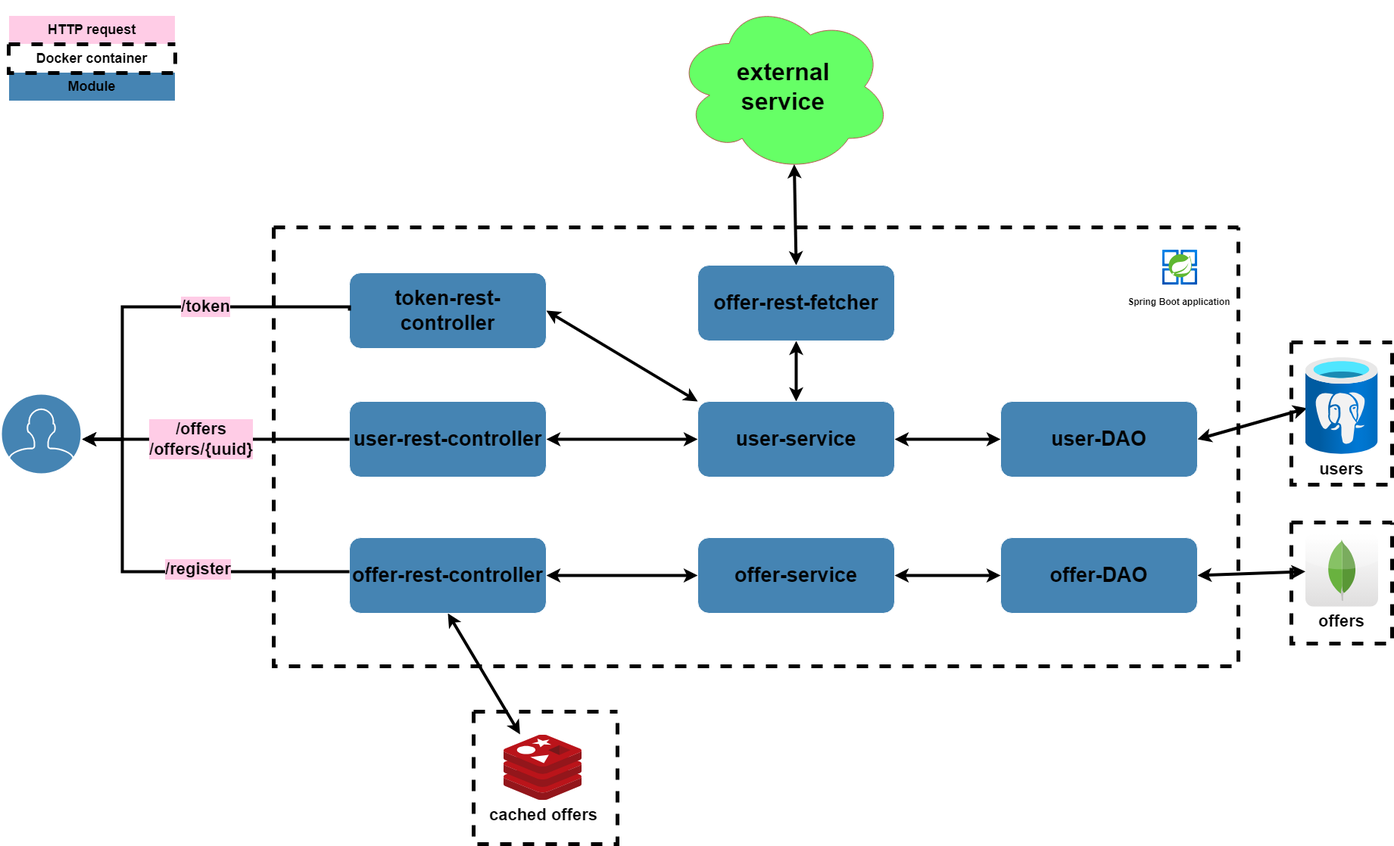
Above: diagram.png in michal-luczak/JobOffers-SpringBootApplication (draw.io), before the change. Source tidied: cells renumbered, new cells last; positions are measured from the earlier drawing's top-left corner, leaving out a move shared by most shapes. The source it was exported from:
```xml
<mxGraphModel background="#FFFFFF">
  <root>
    <mxCell id="0" />
    <mxCell id="1" parent="0" />
    <mxCell id="2" value="cached offers" style="image;sketch=0;html=1;points=[];align=center;fontSize=22;image=img/lib/mscae/Cache_Redis_Product.svg;strokeColor=#FFFFFF;fontColor=#000000;fillColor=#182E3E;labelBackgroundColor=#FFFFFF;fontStyle=1;" parent="1" vertex="1">
      <mxGeometry x="664" y="970.8" width="103" height="86.5" as="geometry" />
    </mxCell>
    <mxCell id="3" value="&lt;span style=&quot;font-size: 22px; background-color: rgb(255, 255, 255);&quot;&gt;&lt;font color=&quot;#000000&quot;&gt;offers&lt;/font&gt;&lt;/span&gt;" style="dashed=0;outlineConnect=0;html=1;align=center;labelPosition=center;verticalLabelPosition=bottom;verticalAlign=top;shape=mxgraph.webicons.mongodb;gradientColor=#DFDEDE;strokeColor=#FFFFFF;fontColor=#FFFFFF;fontSize=22;fontStyle=1;" parent="1" vertex="1">
      <mxGeometry x="1722.5" y="705" width="96" height="96" as="geometry" />
    </mxCell>
    <mxCell id="4" style="endArrow=classic;startArrow=classic;html=1;rounded=0;strokeColor=#000000;exitX=1;exitY=0.5;exitDx=0;exitDy=0;fontSize=22;fontColor=#000000;labelBackgroundColor=#000000;strokeWidth=4;fontStyle=1;" parent="1" edge="1" source="22" target="3">
      <mxGeometry relative="1" as="geometry" />
    </mxCell>
    <mxCell id="5" style="endArrow=classic;startArrow=classic;html=1;rounded=0;strokeColor=#000000;exitX=1;exitY=0.5;exitDx=0;exitDy=0;entryX=0.023;entryY=0.523;entryDx=0;entryDy=0;entryPerimeter=0;fontSize=22;fontColor=#000000;labelBackgroundColor=#000000;strokeWidth=4;fontStyle=1;" parent="1" edge="1" source="26" target="29">
      <mxGeometry relative="1" as="geometry" />
    </mxCell>
    <mxCell id="6" style="endArrow=classic;startArrow=classic;html=1;rounded=0;strokeColor=#000000;entryX=0.207;entryY=-0.009;entryDx=0;entryDy=0;entryPerimeter=0;fontSize=22;exitX=0.5;exitY=1;exitDx=0;exitDy=0;fontColor=#000000;labelBackgroundColor=#000000;strokeWidth=4;fontStyle=1;" parent="1" edge="1" source="20" target="2">
      <mxGeometry relative="1" as="geometry" />
    </mxCell>
    <mxCell id="7" style="html=1;verticalLabelPosition=bottom;align=center;labelBackgroundColor=#ffffff;verticalAlign=top;strokeWidth=2;strokeColor=#FFFFFF;shadow=0;dashed=0;shape=mxgraph.ios7.icons.user;fontColor=#000000;fillColor=#4584B3;fontSize=22;fontStyle=1;" parent="1" vertex="1">
      <mxGeometry y="520" width="106" height="106" as="geometry" />
    </mxCell>
    <mxCell id="8" value="&lt;font style=&quot;font-size: 32px;&quot;&gt;external&lt;br style=&quot;font-size: 32px;&quot;&gt;service&lt;/font&gt;" style="ellipse;shape=cloud;whiteSpace=wrap;html=1;strokeColor=#b85450;fillColor=#66FF66;fontSize=32;fontColor=#000000;fontStyle=1;" parent="1" vertex="1">
      <mxGeometry x="890" width="286.2" height="228" as="geometry" />
    </mxCell>
    <mxCell id="9" style="endArrow=classic;startArrow=classic;html=1;rounded=0;strokeColor=#000000;exitX=0.5;exitY=0;exitDx=0;exitDy=0;entryX=0.55;entryY=0.95;entryDx=0;entryDy=0;entryPerimeter=0;fontSize=22;fontColor=#000000;fontStyle=1;strokeWidth=4;" parent="1" edge="1" source="24" target="8">
      <mxGeometry relative="1" as="geometry" />
    </mxCell>
    <mxCell id="10" value="HTTP request" style="rounded=0;whiteSpace=wrap;html=1;strokeColor=#FFFFFF;fontColor=#000000;fillColor=#FFCCE6;fontSize=18;fontStyle=1;" parent="1" vertex="1">
      <mxGeometry x="10" y="20" width="220" height="38" as="geometry" />
    </mxCell>
    <mxCell id="11" style="swimlane;startSize=0;strokeColor=#000000;fontColor=#000000;fillColor=#000000;dashed=1;strokeWidth=5;fontSize=22;fontStyle=1;" parent="1" vertex="1">
      <mxGeometry x="360" y="300" width="1274" height="580" as="geometry" />
    </mxCell>
    <mxCell id="12" value="&lt;font style=&quot;font-size: 12px;&quot;&gt;Spring Boot application&amp;nbsp;&lt;/font&gt;" style="image;html=1;align=center;fontSize=22;image=img/lib/azure2/compute/Azure_Spring_Cloud.svg;strokeColor=#FFFFFF;fontColor=#000000;fillColor=#182E3E;fontStyle=1;" parent="11" vertex="1">
      <mxGeometry x="1173.8" y="30" width="46.2" height="46.2" as="geometry" />
    </mxCell>
    <mxCell id="13" style="endArrow=classic;startArrow=classic;html=1;rounded=0;strokeColor=#000000;exitX=1;exitY=0.5;exitDx=0;exitDy=0;fontSize=22;entryX=0;entryY=0.5;entryDx=0;entryDy=0;fontColor=#000000;labelBackgroundColor=#000000;strokeWidth=4;fontStyle=1;" parent="11" edge="1" source="20" target="21">
      <mxGeometry relative="1" as="geometry" />
    </mxCell>
    <mxCell id="14" value="token-rest-controller" style="rounded=1;whiteSpace=wrap;html=1;labelBackgroundColor=none;fillColor=#4584B3;strokeColor=#FFFFFF;fontColor=#000000;fontSize=27;fontStyle=1;" parent="11" vertex="1">
      <mxGeometry x="100" y="60" width="260" height="100" as="geometry" />
    </mxCell>
    <mxCell id="15" style="endArrow=classic;startArrow=classic;html=1;rounded=0;strokeColor=#000000;exitX=1;exitY=0.5;exitDx=0;exitDy=0;entryX=0;entryY=0.5;entryDx=0;entryDy=0;fontSize=22;fontColor=#000000;labelBackgroundColor=#000000;strokeWidth=4;fontStyle=1;" parent="11" edge="1" source="19" target="25">
      <mxGeometry relative="1" as="geometry" />
    </mxCell>
    <mxCell id="16" style="endArrow=classic;startArrow=classic;html=1;rounded=0;strokeColor=#000000;exitX=0.5;exitY=1;exitDx=0;exitDy=0;entryX=0.5;entryY=0;entryDx=0;entryDy=0;fontSize=22;fontColor=#000000;labelBackgroundColor=#000000;strokeWidth=4;fontStyle=1;" parent="11" edge="1" source="24" target="25">
      <mxGeometry relative="1" as="geometry" />
    </mxCell>
    <mxCell id="17" style="endArrow=classic;startArrow=classic;html=1;rounded=0;strokeColor=#000000;exitX=0;exitY=0.5;exitDx=0;exitDy=0;entryX=1;entryY=0.5;entryDx=0;entryDy=0;fontSize=22;fontColor=#000000;labelBackgroundColor=#000000;strokeWidth=4;fontStyle=1;" parent="11" edge="1" source="26" target="25">
      <mxGeometry relative="1" as="geometry" />
    </mxCell>
    <mxCell id="18" style="endArrow=classic;startArrow=classic;html=1;rounded=0;strokeColor=#000000;exitX=1;exitY=0.5;exitDx=0;exitDy=0;entryX=0;entryY=0;entryDx=0;entryDy=0;fontSize=22;fontColor=#000000;labelBackgroundColor=#000000;strokeWidth=4;fontStyle=1;" parent="11" edge="1" source="14" target="25">
      <mxGeometry relative="1" as="geometry" />
    </mxCell>
    <mxCell id="19" value="user-rest-controller" style="rounded=1;whiteSpace=wrap;html=1;labelBackgroundColor=none;fillColor=#4584B3;strokeColor=#FFFFFF;fontColor=#000000;fontSize=27;fontStyle=1;" parent="11" vertex="1">
      <mxGeometry x="100" y="230" width="260" height="100" as="geometry" />
    </mxCell>
    <mxCell id="20" value="offer-rest-controller" style="rounded=1;whiteSpace=wrap;html=1;labelBackgroundColor=none;fillColor=#4584B3;strokeColor=#FFFFFF;fontColor=#000000;fontSize=27;fontStyle=1;" parent="11" vertex="1">
      <mxGeometry x="100" y="410" width="260" height="100" as="geometry" />
    </mxCell>
    <mxCell id="21" value="offer-service" style="rounded=1;whiteSpace=wrap;html=1;labelBackgroundColor=none;fillColor=#4584B3;strokeColor=#FFFFFF;fontColor=#000000;fontSize=27;fontStyle=1;" parent="11" vertex="1">
      <mxGeometry x="560" y="410" width="260" height="100" as="geometry" />
    </mxCell>
    <mxCell id="22" value="offer-DAO" style="rounded=1;whiteSpace=wrap;html=1;labelBackgroundColor=none;fillColor=#4584B3;strokeColor=#FFFFFF;fontColor=#000000;fontSize=27;fontStyle=1;" parent="11" vertex="1">
      <mxGeometry x="960" y="410" width="260" height="100" as="geometry" />
    </mxCell>
    <mxCell id="23" style="endArrow=classic;startArrow=classic;html=1;rounded=0;strokeColor=#000000;exitX=0;exitY=0.5;exitDx=0;exitDy=0;entryX=1;entryY=0.5;entryDx=0;entryDy=0;fontSize=22;fontColor=#000000;labelBackgroundColor=#000000;strokeWidth=4;fontStyle=1;" parent="11" edge="1" source="22" target="21">
      <mxGeometry relative="1" as="geometry" />
    </mxCell>
    <mxCell id="24" value="offer-rest-fetcher" style="rounded=1;whiteSpace=wrap;html=1;labelBackgroundColor=none;fillColor=#4584B3;strokeColor=#FFFFFF;fontColor=#000000;fontSize=27;fontStyle=1;" parent="11" vertex="1">
      <mxGeometry x="560" y="50" width="260" height="100" as="geometry" />
    </mxCell>
    <mxCell id="25" value="user-service" style="rounded=1;whiteSpace=wrap;html=1;labelBackgroundColor=none;fillColor=#4584B3;strokeColor=#FFFFFF;fontColor=#000000;fontSize=27;fontStyle=1;" parent="11" vertex="1">
      <mxGeometry x="560" y="230" width="260" height="100" as="geometry" />
    </mxCell>
    <mxCell id="26" value="user-DAO" style="rounded=1;whiteSpace=wrap;html=1;labelBackgroundColor=none;fillColor=#4584B3;strokeColor=#FFFFFF;fontColor=#000000;fontSize=27;fontStyle=1;" parent="11" vertex="1">
      <mxGeometry x="960" y="230" width="260" height="100" as="geometry" />
    </mxCell>
    <mxCell id="27" value="Docker container" style="rounded=0;whiteSpace=wrap;html=1;strokeColor=#000000;fontColor=#000000;fillColor=#000000;opacity=0;fontSize=18;fontStyle=1;" parent="1" vertex="1">
      <mxGeometry x="10" y="58" width="220" height="38" as="geometry" />
    </mxCell>
    <mxCell id="28" style="swimlane;startSize=0;strokeColor=#000000;fontColor=#000000;fillColor=#182E3E;dashed=1;strokeWidth=5;fontSize=22;fontStyle=1;" parent="1" vertex="1">
      <mxGeometry x="1704" y="452" width="133" height="188" as="geometry" />
    </mxCell>
    <mxCell id="29" value="users" style="image;html=1;points=[];align=center;fontSize=22;image=img/lib/azure2/databases/Azure_Database_PostgreSQL_Server.svg;strokeColor=#FFFFFF;fontColor=#000000;fillColor=#182E3E;labelBackgroundColor=#FFFFFF;fontStyle=1;" parent="28" vertex="1">
      <mxGeometry x="18.5" y="20" width="96" height="128" as="geometry" />
    </mxCell>
    <mxCell id="30" style="swimlane;startSize=0;strokeColor=#000000;fontColor=#000000;fillColor=#182E3E;dashed=1;strokeWidth=5;fontSize=22;fontStyle=1;" parent="1" vertex="1">
      <mxGeometry x="1704" y="690" width="133" height="160" as="geometry" />
    </mxCell>
    <mxCell id="31" style="swimlane;startSize=0;strokeColor=#000000;fontColor=#000000;fillColor=#182E3E;dashed=1;strokeWidth=5;fontSize=22;fontStyle=1;" parent="1" vertex="1">
      <mxGeometry x="624" y="940" width="190" height="175" as="geometry" />
    </mxCell>
    <mxCell id="32" style="edgeStyle=orthogonalEdgeStyle;rounded=0;jettySize=auto;html=1;exitX=0;exitY=0.5;exitDx=0;exitDy=0;entryX=1.01;entryY=0.565;entryDx=0;entryDy=0;entryPerimeter=0;fontSize=12;strokeWidth=4;strokeColor=#000000;fontColor=#000000;labelBackgroundColor=#000000;fontStyle=1;" parent="1" edge="1" source="14" target="7">
      <mxGeometry relative="1" as="geometry">
        <Array as="points">
          <mxPoint x="160" y="405" />
          <mxPoint x="160" y="580" />
        </Array>
      </mxGeometry>
    </mxCell>
    <mxCell id="33" value="/token" style="edgeLabel;html=1;align=center;verticalAlign=middle;labelBackgroundColor=#FFCCE6;fontColor=#000000;fontSize=22;fontStyle=1;" parent="32" vertex="1">
      <mxGeometry x="-0.33" y="-2" relative="1" as="geometry">
        <mxPoint x="-17" y="2" as="offset" />
      </mxGeometry>
    </mxCell>
    <mxCell id="34" style="edgeStyle=orthogonalEdgeStyle;rounded=0;jettySize=auto;html=1;strokeColor=#000000;strokeWidth=4;entryX=1.009;entryY=0.566;entryDx=0;entryDy=0;entryPerimeter=0;fontColor=#000000;labelBackgroundColor=#000000;fontStyle=1;" parent="1" edge="1" source="20" target="7">
      <mxGeometry relative="1" as="geometry">
        <Array as="points">
          <mxPoint x="160" y="755" />
          <mxPoint x="160" y="580" />
        </Array>
      </mxGeometry>
    </mxCell>
    <mxCell id="35" value="/register" style="edgeLabel;html=1;align=center;verticalAlign=middle;labelBackgroundColor=#FFCCE6;fontColor=#000000;fontSize=22;fontStyle=1;" parent="34" vertex="1">
      <mxGeometry x="-0.24" y="-3" relative="1" as="geometry" />
    </mxCell>
    <mxCell id="36" style="edgeStyle=orthogonalEdgeStyle;rounded=0;jettySize=auto;html=1;exitX=0;exitY=0.5;exitDx=0;exitDy=0;strokeColor=#000000;strokeWidth=4;fontColor=#000000;labelBackgroundColor=#000000;fontStyle=1;" parent="1" edge="1" source="19">
      <mxGeometry relative="1" as="geometry">
        <mxPoint x="107" y="580" as="targetPoint" />
        <Array as="points">
          <mxPoint x="450" y="580" />
        </Array>
      </mxGeometry>
    </mxCell>
    <mxCell id="37" value="/offers&lt;br&gt;/offers/{uuid}" style="edgeLabel;html=1;align=center;verticalAlign=middle;fontColor=#000000;labelBackgroundColor=#FFCCE6;fontSize=22;fontStyle=1;" parent="36" vertex="1">
      <mxGeometry x="0.32" y="-3" relative="1" as="geometry">
        <mxPoint x="37" y="3" as="offset" />
      </mxGeometry>
    </mxCell>
    <mxCell id="38" value="Module" style="rounded=0;whiteSpace=wrap;html=1;strokeColor=#FFFFFF;fontColor=#000000;fillColor=#4584B3;fontSize=18;fontStyle=1;" parent="1" vertex="1">
      <mxGeometry x="10" y="95" width="220" height="38" as="geometry" />
    </mxCell>
    <mxCell id="39" style="swimlane;startSize=0;strokeColor=#000000;fontColor=#000000;fillColor=#182E3E;dashed=1;strokeWidth=5;fontSize=18;fontStyle=1;" parent="1" vertex="1">
      <mxGeometry x="10" y="58" width="220" height="38" as="geometry" />
    </mxCell>
  </root>
</mxGraphModel>
```
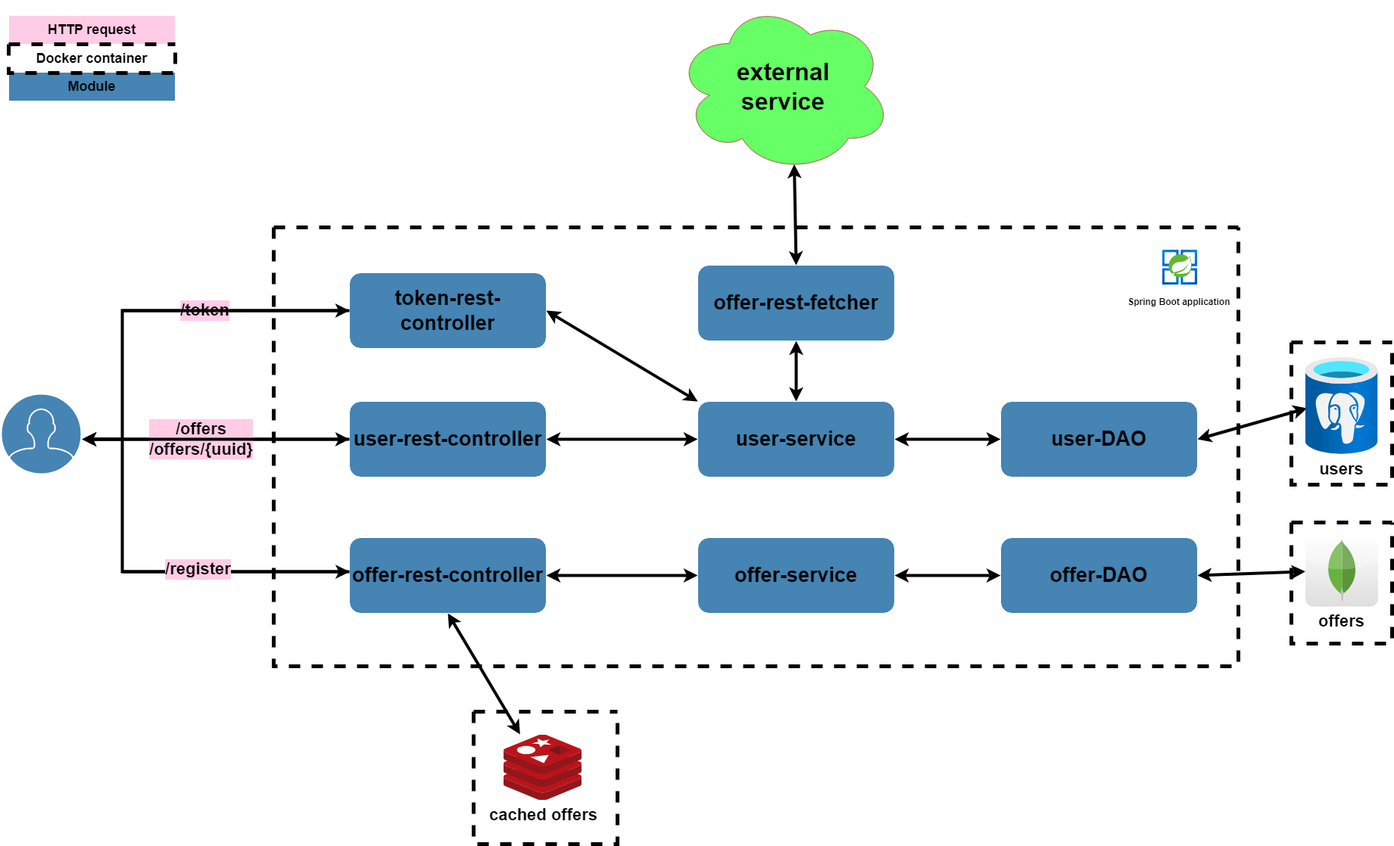
Later version of the same file.

The edit, as a diff of the source:
```diff
@@ -77,6 +77,11 @@
     <mxCell id="26" value="user-DAO" style="rounded=1;whiteSpace=wrap;html=1;labelBackgroundColor=none;fillColor=#4584B3;strokeColor=#FFFFFF;fontColor=#000000;fontSize=27;fontStyle=1;" parent="11" vertex="1">
       <mxGeometry x="960" y="230" width="260" height="100" as="geometry" />
     </mxCell>
+    <mxCell id="40" style="endArrow=classic;html=1;rounded=0;strokeWidth=4;entryX=0.001;entryY=0.451;entryDx=0;entryDy=0;entryPerimeter=0;" parent="11" edge="1" target="20">
+      <mxGeometry relative="1" as="geometry">
+        <mxPoint x="-200" y="455" as="sourcePoint" />
+      </mxGeometry>
+    </mxCell>
     <mxCell id="27" value="Docker container" style="rounded=0;whiteSpace=wrap;html=1;strokeColor=#000000;fontColor=#000000;fillColor=#000000;opacity=0;fontSize=18;fontStyle=1;" parent="1" vertex="1">
       <mxGeometry x="10" y="58" width="220" height="38" as="geometry" />
     </mxCell>
@@ -95,7 +100,7 @@
     <mxCell id="32" style="edgeStyle=orthogonalEdgeStyle;rounded=0;jettySize=auto;html=1;exitX=0;exitY=0.5;exitDx=0;exitDy=0;entryX=1.01;entryY=0.565;entryDx=0;entryDy=0;entryPerimeter=0;fontSize=12;strokeWidth=4;strokeColor=#000000;fontColor=#000000;labelBackgroundColor=#000000;fontStyle=1;" parent="1" edge="1" source="14" target="7">
       <mxGeometry relative="1" as="geometry">
         <Array as="points">
-          <mxPoint x="160" y="405" />
+          <mxPoint x="160" y="410" />
           <mxPoint x="160" y="580" />
         </Array>
       </mxGeometry>
@@ -135,5 +140,16 @@
     <mxCell id="39" style="swimlane;startSize=0;strokeColor=#000000;fontColor=#000000;fillColor=#182E3E;dashed=1;strokeWidth=5;fontSize=18;fontStyle=1;" parent="1" vertex="1">
       <mxGeometry x="10" y="58" width="220" height="38" as="geometry" />
     </mxCell>
+    <mxCell id="41" style="endArrow=classic;html=1;rounded=0;strokeWidth=4;" parent="1" edge="1" target="14">
+      <mxGeometry relative="1" as="geometry">
+        <mxPoint x="160" y="410" as="sourcePoint" />
+      </mxGeometry>
+    </mxCell>
+    <mxCell id="42" style="endArrow=classic;html=1;rounded=0;strokeWidth=4;" parent="1" edge="1">
+      <mxGeometry relative="1" as="geometry">
+        <mxPoint x="160" y="580" as="sourcePoint" />
+        <mxPoint x="460" y="580" as="targetPoint" />
+      </mxGeometry>
+    </mxCell>
   </root>
 </mxGraphModel>
```
